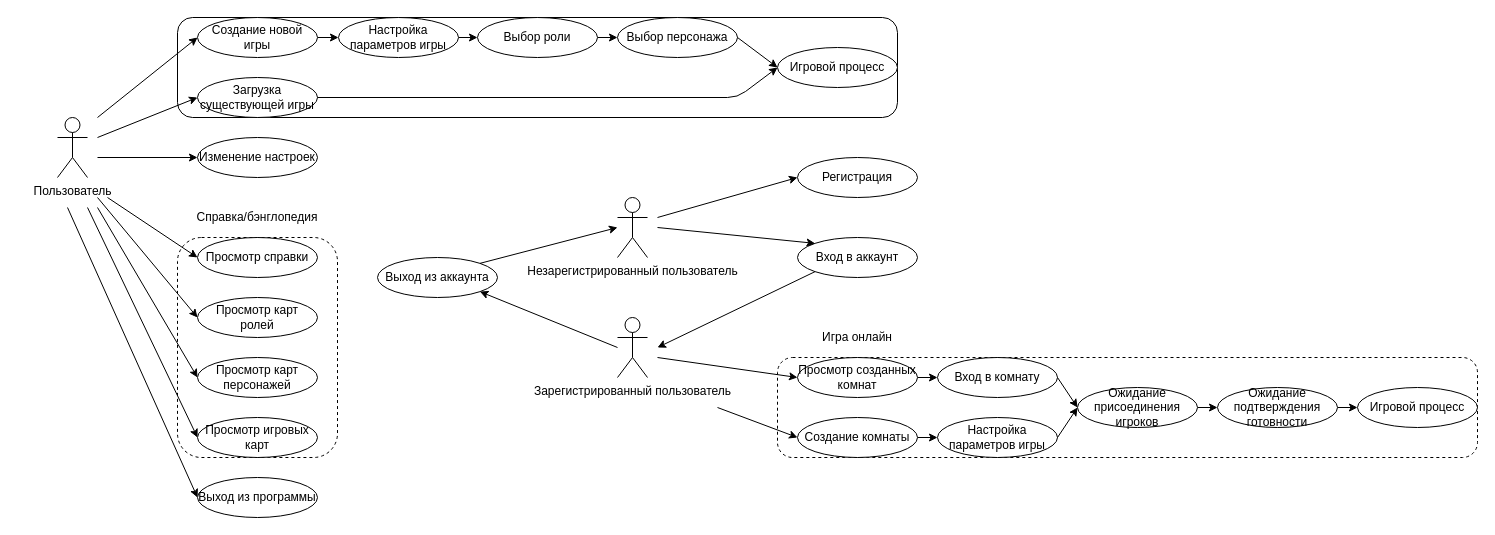
Earlier version of the draw.io diagram docs/Use case diagram.drawio (xex238/Bang). Source tidied: cells renumbered, new cells numbered last; positions are measured from the earlier drawing's top-left corner, leaving out a move shared by most shapes. Both pictures are drawn from the tidied source at 100%, with x=0, y=0 at pixel (57, 17).
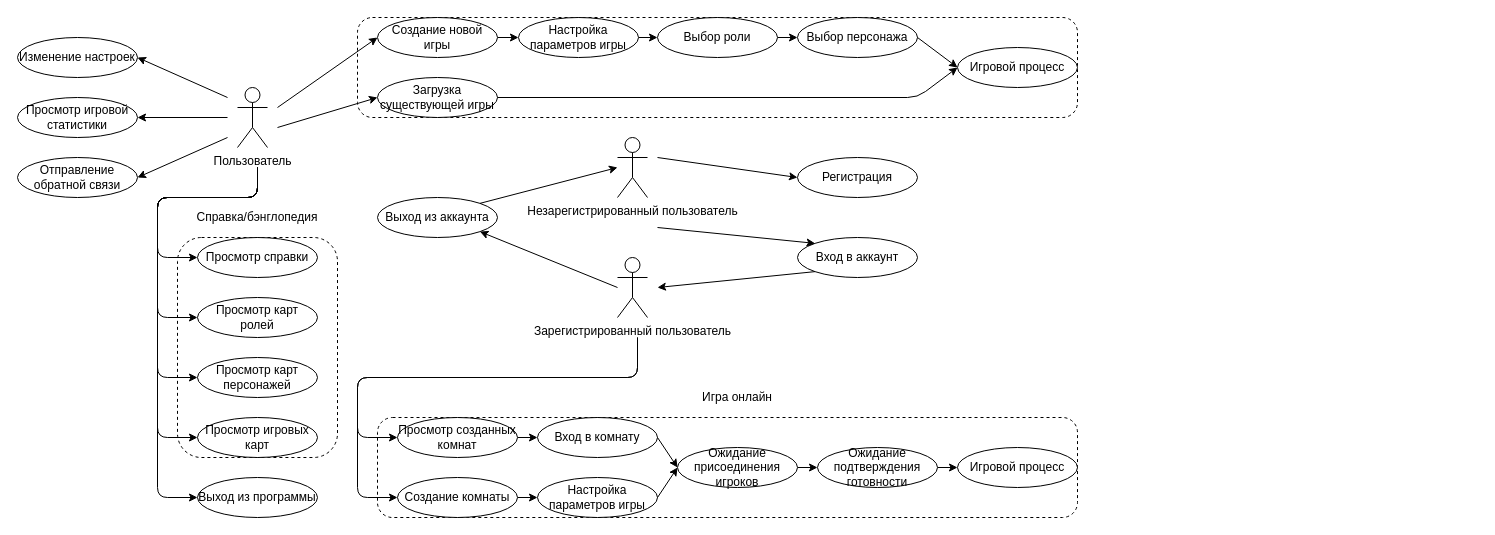
The same page after the edit.

Commit message (it also covers changes not shown here):
Update use case diagram

Добавлены новые пункты главного меню. Изменена структура диаграммы

Unchanged cells that the change refers to:
```xml
<mxCell id="5" value="Регистрация" style="ellipse;whiteSpace=wrap;html=1;" parent="1" vertex="1">
  <mxGeometry x="740" y="140" width="120" height="40" as="geometry" />
</mxCell>
<mxCell id="8" value="Вход в аккаунт" style="ellipse;whiteSpace=wrap;html=1;" parent="1" vertex="1">
  <mxGeometry x="740" y="220" width="120" height="40" as="geometry" />
</mxCell>
<mxCell id="10" value="Выход из программы" style="ellipse;whiteSpace=wrap;html=1;" parent="1" vertex="1">
  <mxGeometry x="140" y="460" width="120" height="40" as="geometry" />
</mxCell>
<mxCell id="25" value="Просмотр карт ролей" style="ellipse;whiteSpace=wrap;html=1;" parent="1" vertex="1">
  <mxGeometry x="140" y="280" width="120" height="40" as="geometry" />
</mxCell>
<mxCell id="26" value="&lt;span&gt;Просмотр карт персонажей&lt;/span&gt;" style="ellipse;whiteSpace=wrap;html=1;" parent="1" vertex="1">
  <mxGeometry x="140" y="340" width="120" height="40" as="geometry" />
</mxCell>
<mxCell id="27" value="Просмотр игровых карт" style="ellipse;whiteSpace=wrap;html=1;" parent="1" vertex="1">
  <mxGeometry x="140" y="400" width="120" height="40" as="geometry" />
</mxCell>
<mxCell id="28" value="Просмотр справки" style="ellipse;whiteSpace=wrap;html=1;" parent="1" vertex="1">
  <mxGeometry x="140" y="220" width="120" height="40" as="geometry" />
</mxCell>
```

Change to the diagram source:
```diff
@@
-    <mxCell id="2" style="rounded=1;whiteSpace=wrap;html=1;" parent="1" vertex="1">
-      <mxGeometry x="120" width="720" height="100" as="geometry" />
+    <mxCell id="2" style="rounded=1;whiteSpace=wrap;html=1;dashed=1;" parent="1" vertex="1">
+      <mxGeometry x="300" width="720" height="100" as="geometry" />
     </mxCell>
     <mxCell id="3" value="Зарегистрированный пользователь" style="shape=umlActor;verticalLabelPosition=bottom;verticalAlign=top;html=1;" parent="1" vertex="1">
-      <mxGeometry x="560" y="300" width="30" height="60" as="geometry" />
+      <mxGeometry x="560" y="240" width="30" height="60" as="geometry" />
     </mxCell>
     <mxCell id="4" value="Незарегистрированный пользователь" style="shape=umlActor;verticalLabelPosition=bottom;verticalAlign=top;html=1;" parent="1" vertex="1">
-      <mxGeometry x="560" y="180" width="30" height="60" as="geometry" />
+      <mxGeometry x="560" y="120" width="30" height="60" as="geometry" />
     </mxCell>
@@
     <mxCell id="6" style="endArrow=classic;html=1;entryX=0;entryY=0.5;entryDx=0;entryDy=0;" parent="1" edge="1" target="5">
       <mxGeometry relative="1" as="geometry">
-        <mxPoint x="600" y="200" as="sourcePoint" />
+        <mxPoint x="600" y="140" as="sourcePoint" />
       </mxGeometry>
     </mxCell>
     <mxCell id="7" value="Изменение настроек" style="ellipse;whiteSpace=wrap;html=1;" parent="1" vertex="1">
-      <mxGeometry x="140" y="120" width="120" height="40" as="geometry" />
+      <mxGeometry x="-40" y="20" width="120" height="40" as="geometry" />
     </mxCell>
@@
     <mxCell id="9" value="Выход из аккаунта" style="ellipse;whiteSpace=wrap;html=1;" parent="1" vertex="1">
-      <mxGeometry x="320" y="240" width="120" height="40" as="geometry" />
+      <mxGeometry x="320" y="180" width="120" height="40" as="geometry" />
     </mxCell>
@@
     <mxCell id="11" style="rounded=1;whiteSpace=wrap;html=1;dashed=1;" parent="1" vertex="1">
-      <mxGeometry x="720" y="340" width="700" height="100" as="geometry" />
+      <mxGeometry x="320" y="400" width="700" height="100" as="geometry" />
     </mxCell>
@@
     <mxCell id="13" value="Просмотр созданных комнат" style="ellipse;whiteSpace=wrap;html=1;" parent="1" vertex="1">
-      <mxGeometry x="740" y="340" width="120" height="40" as="geometry" />
+      <mxGeometry x="340" y="400" width="120" height="40" as="geometry" />
     </mxCell>
@@
     <mxCell id="15" value="Создание комнаты" style="ellipse;whiteSpace=wrap;html=1;" parent="1" vertex="1">
-      <mxGeometry x="740" y="400" width="120" height="40" as="geometry" />
+      <mxGeometry x="340" y="460" width="120" height="40" as="geometry" />
     </mxCell>
     <mxCell id="16" value="Пользователь" style="shape=umlActor;verticalLabelPosition=bottom;verticalAlign=top;html=1;" parent="1" vertex="1">
-      <mxGeometry y="100" width="30" height="60" as="geometry" />
+      <mxGeometry x="180" y="70" width="30" height="60" as="geometry" />
     </mxCell>
@@
     <mxCell id="18" style="endArrow=classic;html=1;entryX=1;entryY=1;entryDx=0;entryDy=0;" parent="1" edge="1" target="9">
       <mxGeometry relative="1" as="geometry">
-        <mxPoint x="560" y="330" as="sourcePoint" />
+        <mxPoint x="560" y="270" as="sourcePoint" />
       </mxGeometry>
     </mxCell>
     <mxCell id="19" style="endArrow=classic;html=1;exitX=0;exitY=1;exitDx=0;exitDy=0;" parent="1" edge="1" source="8">
       <mxGeometry relative="1" as="geometry">
-        <mxPoint x="600" y="330" as="targetPoint" />
+        <mxPoint x="600" y="270" as="targetPoint" />
       </mxGeometry>
     </mxCell>
     <mxCell id="20" style="endArrow=classic;html=1;exitX=1;exitY=0;exitDx=0;exitDy=0;" parent="1" edge="1" source="9">
       <mxGeometry relative="1" as="geometry">
-        <mxPoint x="560" y="210" as="targetPoint" />
+        <mxPoint x="560" y="150" as="targetPoint" />
       </mxGeometry>
     </mxCell>
     <mxCell id="21" value="Игра онлайн" style="text;html=1;strokeColor=none;fillColor=none;align=center;verticalAlign=middle;whiteSpace=wrap;rounded=0;" parent="1" vertex="1">
-      <mxGeometry x="720" y="310" width="160" height="20" as="geometry" />
+      <mxGeometry x="600" y="370" width="160" height="20" as="geometry" />
     </mxCell>
-    <mxCell id="22" style="endArrow=classic;html=1;entryX=0;entryY=0.5;entryDx=0;entryDy=0;" parent="1" edge="1" target="13">
-      <mxGeometry relative="1" as="geometry">
-        <mxPoint x="600" y="340" as="sourcePoint" />
-      </mxGeometry>
-    </mxCell>
-    <mxCell id="23" style="endArrow=classic;html=1;entryX=0;entryY=0.5;entryDx=0;entryDy=0;" parent="1" edge="1" target="15">
-      <mxGeometry relative="1" as="geometry">
-        <mxPoint x="660" y="390" as="sourcePoint" />
-      </mxGeometry>
-    </mxCell>
@@
     <mxCell id="30" value="Загрузка существующей игры" style="ellipse;whiteSpace=wrap;html=1;" parent="1" vertex="1">
-      <mxGeometry x="140" y="60" width="120" height="40" as="geometry" />
+      <mxGeometry x="320" y="60" width="120" height="40" as="geometry" />
     </mxCell>
@@
     <mxCell id="32" value="Создание новой игры" style="ellipse;whiteSpace=wrap;html=1;" parent="1" vertex="1">
-      <mxGeometry x="140" width="120" height="40" as="geometry" />
+      <mxGeometry x="320" width="120" height="40" as="geometry" />
     </mxCell>
@@
     <mxCell id="34" value="Настройка параметров игры" style="ellipse;whiteSpace=wrap;html=1;" parent="1" vertex="1">
-      <mxGeometry x="281" width="120" height="40" as="geometry" />
+      <mxGeometry x="461" width="120" height="40" as="geometry" />
     </mxCell>
@@
     <mxCell id="36" value="Выбор роли" style="ellipse;whiteSpace=wrap;html=1;" parent="1" vertex="1">
-      <mxGeometry x="420" width="120" height="40" as="geometry" />
+      <mxGeometry x="600" width="120" height="40" as="geometry" />
     </mxCell>
     <mxCell id="37" value="Выбор персонажа" style="ellipse;whiteSpace=wrap;html=1;" parent="1" vertex="1">
-      <mxGeometry x="560" width="120" height="40" as="geometry" />
+      <mxGeometry x="740" width="120" height="40" as="geometry" />
     </mxCell>
     <mxCell id="38" value="Игровой процесс" style="ellipse;whiteSpace=wrap;html=1;" parent="1" vertex="1">
-      <mxGeometry x="720" y="30" width="120" height="40" as="geometry" />
+      <mxGeometry x="900" y="30" width="120" height="40" as="geometry" />
     </mxCell>
     <mxCell id="39" style="endArrow=classic;html=1;entryX=0;entryY=0.5;entryDx=0;entryDy=0;" parent="1" edge="1" target="32">
       <mxGeometry relative="1" as="geometry">
-        <mxPoint x="40" y="100" as="sourcePoint" />
+        <mxPoint x="220" y="90" as="sourcePoint" />
       </mxGeometry>
     </mxCell>
     <mxCell id="40" style="endArrow=classic;html=1;entryX=0;entryY=0.5;entryDx=0;entryDy=0;" parent="1" edge="1" target="30">
       <mxGeometry relative="1" as="geometry">
-        <mxPoint x="40" y="120" as="sourcePoint" />
+        <mxPoint x="220" y="110" as="sourcePoint" />
       </mxGeometry>
     </mxCell>
     <mxCell id="41" style="endArrow=classic;html=1;entryX=0;entryY=0.5;entryDx=0;entryDy=0;exitX=1;exitY=0.5;exitDx=0;exitDy=0;" parent="1" edge="1" source="30" target="38">
       <mxGeometry relative="1" as="geometry">
         <Array as="points">
-          <mxPoint x="680" y="80" />
+          <mxPoint x="860" y="80" />
         </Array>
       </mxGeometry>
     </mxCell>
@@
-    <mxCell id="43" style="endArrow=classic;html=1;entryX=0;entryY=0.5;entryDx=0;entryDy=0;" parent="1" edge="1" target="7">
-      <mxGeometry relative="1" as="geometry">
-        <mxPoint x="40" y="140" as="sourcePoint" />
-      </mxGeometry>
-    </mxCell>
-    <mxCell id="44" style="endArrow=classic;html=1;entryX=0;entryY=0.5;entryDx=0;entryDy=0;" parent="1" edge="1" target="28">
-      <mxGeometry relative="1" as="geometry">
-        <mxPoint x="50" y="180" as="sourcePoint" />
-      </mxGeometry>
-    </mxCell>
-    <mxCell id="45" style="endArrow=classic;html=1;entryX=0;entryY=0.5;entryDx=0;entryDy=0;" parent="1" edge="1" target="25">
-      <mxGeometry relative="1" as="geometry">
-        <mxPoint x="40" y="180" as="sourcePoint" />
-      </mxGeometry>
-    </mxCell>
-    <mxCell id="46" style="endArrow=classic;html=1;entryX=0;entryY=0.5;entryDx=0;entryDy=0;" parent="1" edge="1" target="26">
-      <mxGeometry relative="1" as="geometry">
-        <mxPoint x="40" y="190" as="sourcePoint" />
-      </mxGeometry>
-    </mxCell>
-    <mxCell id="47" style="endArrow=classic;html=1;entryX=0;entryY=0.5;entryDx=0;entryDy=0;" parent="1" edge="1" target="27">
-      <mxGeometry relative="1" as="geometry">
-        <mxPoint x="30" y="190" as="sourcePoint" />
-      </mxGeometry>
-    </mxCell>
-    <mxCell id="48" style="endArrow=classic;html=1;entryX=0;entryY=0.5;entryDx=0;entryDy=0;" parent="1" edge="1" target="10">
-      <mxGeometry relative="1" as="geometry">
-        <mxPoint x="10" y="190" as="sourcePoint" />
-      </mxGeometry>
-    </mxCell>
     <mxCell id="49" value="Настройка параметров игры" style="ellipse;whiteSpace=wrap;html=1;" parent="1" vertex="1">
-      <mxGeometry x="880" y="400" width="120" height="40" as="geometry" />
+      <mxGeometry x="480" y="460" width="120" height="40" as="geometry" />
     </mxCell>
@@
     <mxCell id="51" value="Ожидание присоединения игроков" style="ellipse;whiteSpace=wrap;html=1;" parent="1" vertex="1">
-      <mxGeometry x="1020" y="370" width="120" height="40" as="geometry" />
+      <mxGeometry x="620" y="430" width="120" height="40" as="geometry" />
     </mxCell>
@@
     <mxCell id="53" value="Ожидание подтверждения готовности" style="ellipse;whiteSpace=wrap;html=1;" parent="1" vertex="1">
-      <mxGeometry x="1160" y="370" width="120" height="40" as="geometry" />
+      <mxGeometry x="760" y="430" width="120" height="40" as="geometry" />
     </mxCell>
     <mxCell id="54" value="Вход в комнату" style="ellipse;whiteSpace=wrap;html=1;" parent="1" vertex="1">
-      <mxGeometry x="880" y="340" width="120" height="40" as="geometry" />
+      <mxGeometry x="480" y="400" width="120" height="40" as="geometry" />
     </mxCell>
     <mxCell id="55" value="Игровой процесс" style="ellipse;whiteSpace=wrap;html=1;" parent="1" vertex="1">
-      <mxGeometry x="1300" y="370" width="120" height="40" as="geometry" />
+      <mxGeometry x="900" y="430" width="120" height="40" as="geometry" />
     </mxCell>
@@
+    <mxCell id="58" value="Просмотр игровой статистики" style="ellipse;whiteSpace=wrap;html=1;" parent="1" vertex="1">
+      <mxGeometry x="-40" y="80" width="120" height="40" as="geometry" />
+    </mxCell>
+    <mxCell id="59" value="Отправление обратной связи" style="ellipse;whiteSpace=wrap;html=1;" parent="1" vertex="1">
+      <mxGeometry x="-40" y="140" width="120" height="40" as="geometry" />
+    </mxCell>
+    <mxCell id="60" style="endArrow=classic;html=1;entryX=1;entryY=0.5;entryDx=0;entryDy=0;" parent="1" edge="1" target="7">
+      <mxGeometry relative="1" as="geometry">
+        <mxPoint x="170" y="80" as="sourcePoint" />
+      </mxGeometry>
+    </mxCell>
+    <mxCell id="61" style="endArrow=classic;html=1;entryX=1;entryY=0.5;entryDx=0;entryDy=0;" parent="1" edge="1" target="58">
+      <mxGeometry relative="1" as="geometry">
+        <mxPoint x="170" y="100" as="sourcePoint" />
+      </mxGeometry>
+    </mxCell>
+    <mxCell id="62" style="endArrow=classic;html=1;entryX=1;entryY=0.5;entryDx=0;entryDy=0;" parent="1" edge="1" target="59">
+      <mxGeometry relative="1" as="geometry">
+        <mxPoint x="170" y="120" as="sourcePoint" />
+      </mxGeometry>
+    </mxCell>
+    <mxCell id="63" style="endArrow=classic;html=1;entryX=0;entryY=0.5;entryDx=0;entryDy=0;" parent="1" edge="1" target="28">
+      <mxGeometry relative="1" as="geometry">
+        <mxPoint x="200" y="150" as="sourcePoint" />
+        <Array as="points">
+          <mxPoint x="200" y="180" />
+          <mxPoint x="100" y="180" />
+          <mxPoint x="100" y="240" />
+        </Array>
+      </mxGeometry>
+    </mxCell>
+    <mxCell id="64" style="endArrow=classic;html=1;entryX=0;entryY=0.5;entryDx=0;entryDy=0;" parent="1" edge="1" target="25">
+      <mxGeometry relative="1" as="geometry">
+        <mxPoint x="200" y="150" as="sourcePoint" />
+        <Array as="points">
+          <mxPoint x="200" y="180" />
+          <mxPoint x="100" y="180" />
+          <mxPoint x="100" y="300" />
+        </Array>
+      </mxGeometry>
+    </mxCell>
+    <mxCell id="65" style="endArrow=classic;html=1;entryX=0;entryY=0.5;entryDx=0;entryDy=0;" parent="1" edge="1" target="26">
+      <mxGeometry relative="1" as="geometry">
+        <mxPoint x="200" y="150" as="sourcePoint" />
+        <Array as="points">
+          <mxPoint x="200" y="180" />
+          <mxPoint x="100" y="180" />
+          <mxPoint x="100" y="360" />
+        </Array>
+      </mxGeometry>
+    </mxCell>
+    <mxCell id="66" style="endArrow=classic;html=1;entryX=0;entryY=0.5;entryDx=0;entryDy=0;" parent="1" edge="1" target="27">
+      <mxGeometry relative="1" as="geometry">
+        <mxPoint x="200" y="150" as="sourcePoint" />
+        <Array as="points">
+          <mxPoint x="200" y="180" />
+          <mxPoint x="100" y="180" />
+          <mxPoint x="100" y="420" />
+        </Array>
+      </mxGeometry>
+    </mxCell>
+    <mxCell id="67" style="endArrow=classic;html=1;entryX=0;entryY=0.5;entryDx=0;entryDy=0;" parent="1" edge="1" target="10">
+      <mxGeometry relative="1" as="geometry">
+        <mxPoint x="200" y="150" as="sourcePoint" />
+        <Array as="points">
+          <mxPoint x="200" y="180" />
+          <mxPoint x="100" y="180" />
+          <mxPoint x="100" y="480" />
+        </Array>
+      </mxGeometry>
+    </mxCell>
+    <mxCell id="68" style="endArrow=classic;html=1;entryX=0;entryY=0.5;entryDx=0;entryDy=0;" parent="1" edge="1" target="13">
+      <mxGeometry relative="1" as="geometry">
+        <mxPoint x="580" y="320" as="sourcePoint" />
+        <Array as="points">
+          <mxPoint x="580" y="360" />
+          <mxPoint x="300" y="360" />
+          <mxPoint x="300" y="420" />
+        </Array>
+      </mxGeometry>
+    </mxCell>
+    <mxCell id="69" style="endArrow=classic;html=1;entryX=0;entryY=0.5;entryDx=0;entryDy=0;" parent="1" edge="1" target="15">
+      <mxGeometry relative="1" as="geometry">
+        <mxPoint x="580" y="320" as="sourcePoint" />
+        <Array as="points">
+          <mxPoint x="580" y="360" />
+          <mxPoint x="300" y="360" />
+          <mxPoint x="300" y="480" />
+        </Array>
+      </mxGeometry>
+    </mxCell>
```
